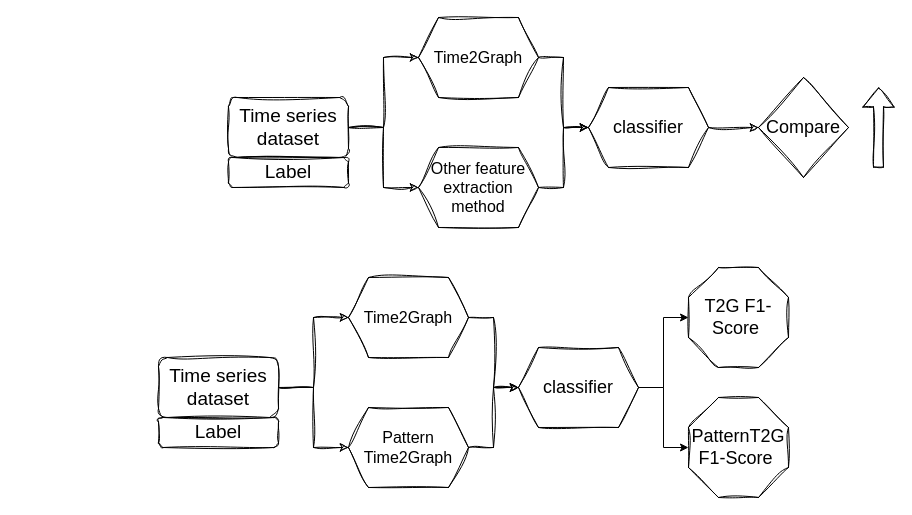
Earlier version of the draw.io diagram 論文.drawio (roleecorn/drawio). Source tidied: cells renumbered, new cells numbered last; positions are measured from the earlier drawing's top-left corner, leaving out a move shared by most shapes. Both pictures are drawn from the tidied source at 100%, with x=0, y=0 at pixel (158, 17).
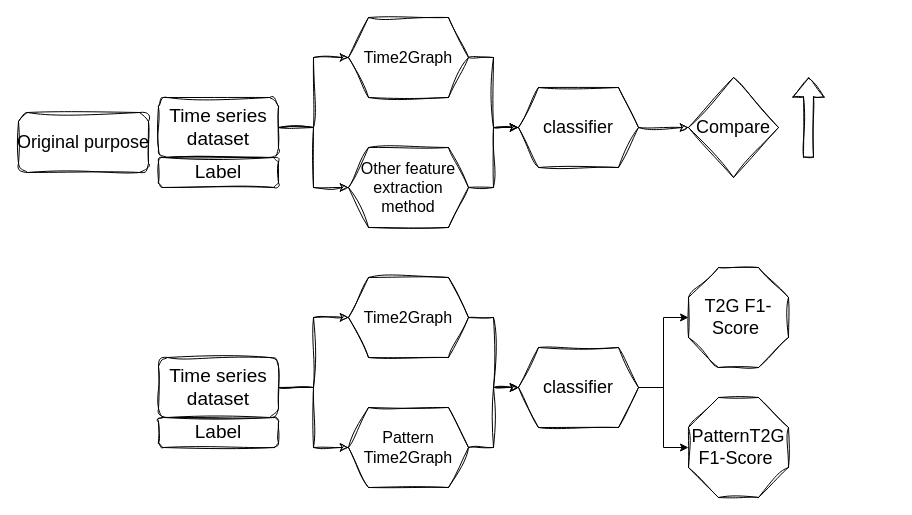
After the change.

Diff of the diagram source:
```diff
@@
     <mxCell id="2" style="group;sketch=1;curveFitting=1;jiggle=2;" parent="1" vertex="1">
-      <mxGeometry x="70" y="80" width="120" height="90" as="geometry" />
+      <mxGeometry y="80" width="120" height="90" as="geometry" />
     </mxCell>
@@
     <mxCell id="6" value="Time2Graph" style="shape=hexagon;perimeter=hexagonPerimeter2;whiteSpace=wrap;html=1;fixedSize=1;fontSize=16;sketch=1;curveFitting=1;jiggle=2;" parent="1" vertex="1">
-      <mxGeometry x="260" width="120" height="80" as="geometry" />
+      <mxGeometry x="190" width="120" height="80" as="geometry" />
     </mxCell>
@@
     <mxCell id="9" value="Other&amp;nbsp;feature extraction method" style="shape=hexagon;perimeter=hexagonPerimeter2;whiteSpace=wrap;html=1;fixedSize=1;fontSize=16;sketch=1;curveFitting=1;jiggle=2;" parent="1" vertex="1">
-      <mxGeometry x="260" y="130" width="120" height="80" as="geometry" />
+      <mxGeometry x="190" y="130" width="120" height="80" as="geometry" />
     </mxCell>
@@
     <mxCell id="12" value="&lt;font style=&quot;font-size: 18px;&quot;&gt;classifier&lt;/font&gt;" style="shape=hexagon;perimeter=hexagonPerimeter2;whiteSpace=wrap;html=1;fixedSize=1;sketch=1;curveFitting=1;jiggle=2;" parent="1" vertex="1">
-      <mxGeometry x="430" y="70" width="120" height="80" as="geometry" />
+      <mxGeometry x="360" y="70" width="120" height="80" as="geometry" />
     </mxCell>
     <mxCell id="13" value="&lt;font style=&quot;font-size: 18px;&quot;&gt;Compare&lt;/font&gt;" style="rhombus;whiteSpace=wrap;html=1;sketch=1;curveFitting=1;jiggle=2;" parent="1" vertex="1">
-      <mxGeometry x="600" y="60" width="90" height="100" as="geometry" />
+      <mxGeometry x="530" y="60" width="90" height="100" as="geometry" />
     </mxCell>
@@
     <mxCell id="25" style="shape=flexArrow;endArrow=classic;html=1;rounded=0;sketch=1;curveFitting=1;jiggle=2;" parent="1" edge="1">
       <mxGeometry relative="1" as="geometry">
-        <mxPoint x="720" y="150" as="sourcePoint" />
-        <mxPoint x="720" y="70" as="targetPoint" />
+        <mxPoint x="650" y="140" as="sourcePoint" />
+        <mxPoint x="650" y="60" as="targetPoint" />
       </mxGeometry>
     </mxCell>
@@
+    <mxCell id="29" value="&lt;font style=&quot;font-size: 18px;&quot;&gt;Original&amp;nbsp;purpose&lt;/font&gt;" style="rounded=1;whiteSpace=wrap;html=1;sketch=1;curveFitting=1;jiggle=2;" parent="1" vertex="1">
+      <mxGeometry x="-140" y="95" width="130" height="60" as="geometry" />
+    </mxCell>
```
